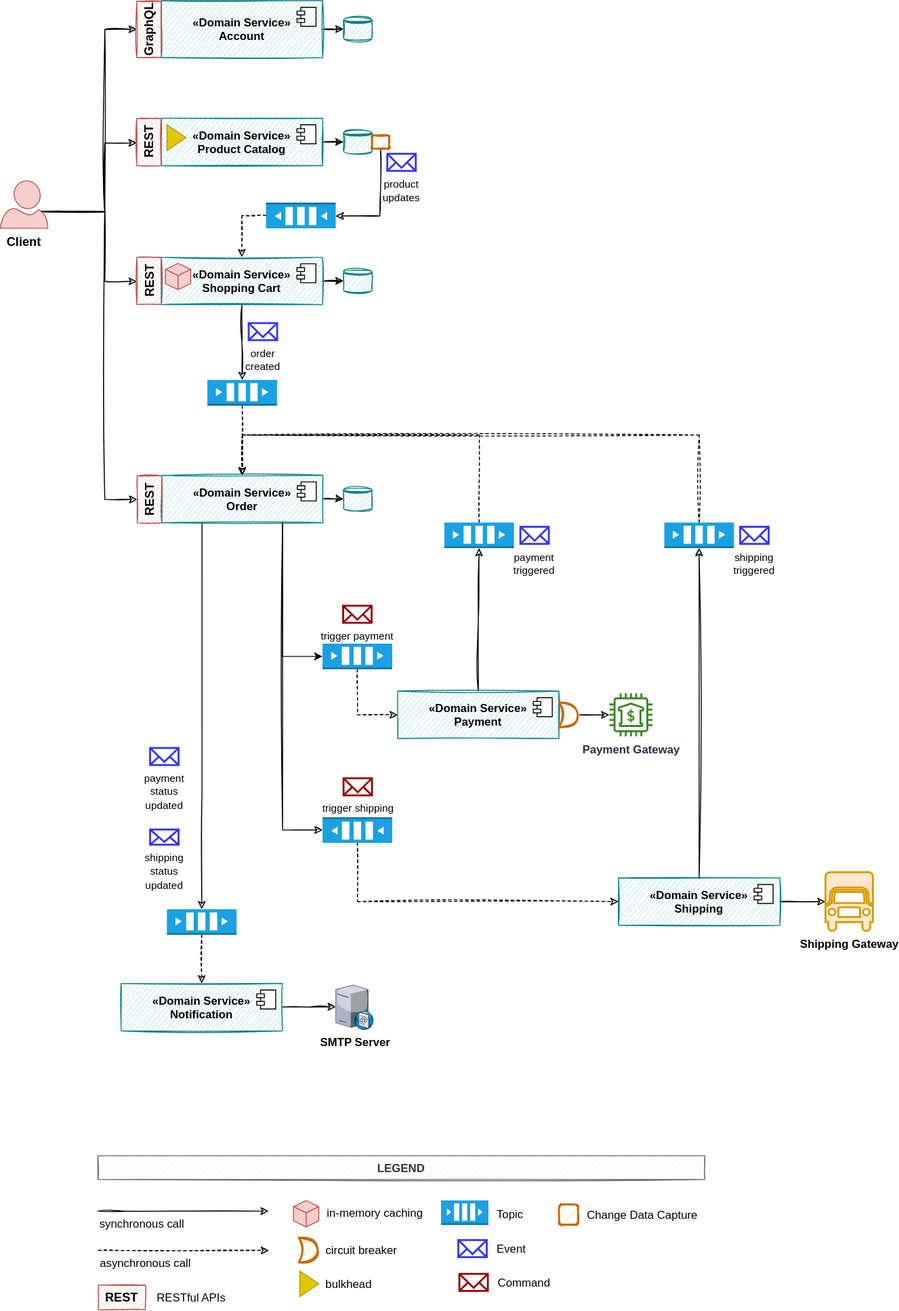
Before: assets/diagrams/software-architecture-diagram.svg, a diagram exported from draw.io (ionutbalosin/ecommerce-app). Source tidied: cells renumbered, new cells last; positions are measured from the earlier drawing's top-left corner, leaving out a move shared by most shapes.
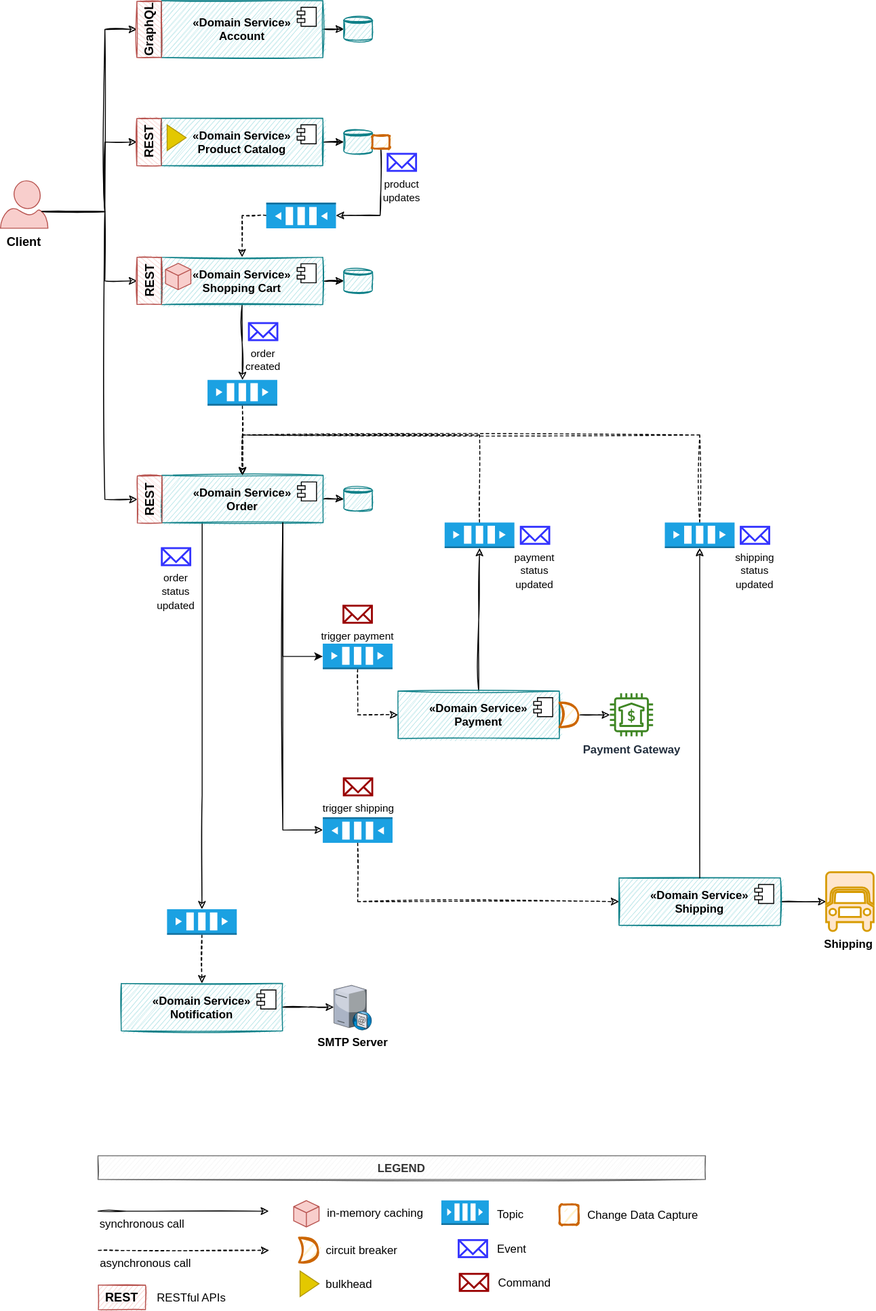
After the change.

Commit message:
Update software architecture diagram

Change to the diagram source:
```diff
@@ -133,10 +133,10 @@
     <mxCell id="33" style="outlineConnect=0;dashed=0;verticalLabelPosition=bottom;verticalAlign=top;align=center;html=1;shape=mxgraph.aws3.queue;fillColor=#1ba1e2;gradientColor=none;rotation=-180;strokeColor=#006EAF;fontColor=#ffffff;sketch=0;shadow=0;" parent="1" vertex="1">
       <mxGeometry x="339.6" y="861" width="73.5" height="27" as="geometry" />
     </mxCell>
-    <mxCell id="34" value="&lt;font style=&quot;font-size: 11px;&quot;&gt;payment status updated&lt;br&gt;&lt;/font&gt;" style="html=1;verticalLabelPosition=bottom;align=center;labelBackgroundColor=#ffffff;verticalAlign=top;strokeWidth=2;strokeColor=#3333FF;shadow=0;dashed=0;shape=mxgraph.ios7.icons.mail;fillColor=default;whiteSpace=wrap;" parent="1" vertex="1">
-      <mxGeometry x="157.8" y="788" width="30" height="18" as="geometry" />
+    <mxCell id="34" value="&lt;font style=&quot;font-size: 11px;&quot;&gt;order status updated&lt;br&gt;&lt;/font&gt;" style="html=1;verticalLabelPosition=bottom;align=center;labelBackgroundColor=#ffffff;verticalAlign=top;strokeWidth=2;strokeColor=#3333FF;shadow=0;dashed=0;shape=mxgraph.ios7.icons.mail;fillColor=default;whiteSpace=wrap;" parent="1" vertex="1">
+      <mxGeometry x="170" y="577.3" width="30" height="18" as="geometry" />
     </mxCell>
-    <mxCell id="35" style="edgeStyle=orthogonalEdgeStyle;rounded=0;jettySize=auto;html=1;exitX=1;exitY=0.5;exitDx=0;exitDy=0;fontSize=11;sketch=1;" parent="1" edge="1" source="36" target="53">
+    <mxCell id="35" style="edgeStyle=orthogonalEdgeStyle;rounded=0;jettySize=auto;html=1;exitX=1;exitY=0.5;exitDx=0;exitDy=0;sketch=1;" parent="1" edge="1" source="36" target="53">
       <mxGeometry relative="1" as="geometry" />
     </mxCell>
     <mxCell id="36" value="«Domain Service»&#10;Notification" style="fillColor=#b0e3e6;strokeColor=#0e8088;sketch=1;shadow=0;fontStyle=1;" parent="1" vertex="1">
@@ -200,7 +200,7 @@
       <mxGeometry x="616.8" y="1265" width="126.2" height="30" as="geometry" />
     </mxCell>
     <mxCell id="53" value="&lt;b&gt;SMTP Server&lt;/b&gt;" style="verticalLabelPosition=bottom;sketch=0;html=1;verticalAlign=top;strokeColor=none;align=center;outlineConnect=0;shape=mxgraph.citrix.smtp_server;" parent="1" vertex="1">
-      <mxGeometry x="353.5" y="1036.7" width="40.1" height="48.5" as="geometry" />
+      <mxGeometry x="351.3" y="1037" width="40.1" height="48.5" as="geometry" />
     </mxCell>
     <mxCell id="54" style="edgeStyle=orthogonalEdgeStyle;rounded=0;jettySize=auto;html=1;exitX=0.5;exitY=0;exitDx=0;exitDy=0;exitPerimeter=0;entryX=0.5;entryY=0;entryDx=0;entryDy=0;dashed=1;sketch=1;" parent="1" edge="1" source="55" target="77">
       <mxGeometry relative="1" as="geometry">
@@ -213,7 +213,7 @@
     <mxCell id="55" style="outlineConnect=0;dashed=0;verticalLabelPosition=bottom;verticalAlign=top;align=center;html=1;shape=mxgraph.aws3.queue;fillColor=#1ba1e2;gradientColor=none;rotation=0;strokeColor=#006EAF;fontColor=#ffffff;sketch=0;shadow=0;" parent="1" vertex="1">
       <mxGeometry x="468" y="550.3" width="73.5" height="27" as="geometry" />
     </mxCell>
-    <mxCell id="56" value="&lt;font style=&quot;font-size: 11px;&quot;&gt;payment triggered&lt;/font&gt;" style="html=1;verticalLabelPosition=bottom;align=center;labelBackgroundColor=#ffffff;verticalAlign=top;strokeWidth=2;strokeColor=#3333FF;shadow=0;dashed=0;shape=mxgraph.ios7.icons.mail;whiteSpace=wrap;" parent="1" vertex="1">
+    <mxCell id="56" value="&lt;font style=&quot;font-size: 11px;&quot;&gt;payment status updated&lt;/font&gt;" style="html=1;verticalLabelPosition=bottom;align=center;labelBackgroundColor=#ffffff;verticalAlign=top;strokeWidth=2;strokeColor=#3333FF;shadow=0;dashed=0;shape=mxgraph.ios7.icons.mail;whiteSpace=wrap;" parent="1" vertex="1">
       <mxGeometry x="548.2" y="554.8" width="30" height="18" as="geometry" />
     </mxCell>
     <mxCell id="57" value="&lt;font style=&quot;font-size: 11px;&quot;&gt;product updates&lt;/font&gt;" style="html=1;verticalLabelPosition=bottom;align=center;labelBackgroundColor=none;verticalAlign=top;strokeWidth=2;strokeColor=#3333FF;shadow=0;dashed=0;shape=mxgraph.ios7.icons.mail;whiteSpace=wrap;" parent="1" vertex="1">
@@ -308,7 +308,7 @@
     <mxCell id="81" value="RESTful APIs" style="text;strokeColor=none;fillColor=none;align=left;verticalAlign=middle;rounded=0;fontFamily=Helvetica;fontSize=12;" parent="1" vertex="1">
       <mxGeometry x="163.1" y="1360.3" width="119.7" height="14.1" as="geometry" />
     </mxCell>
-    <mxCell id="82" value="&lt;b style=&quot;font-size: 12px;&quot;&gt;Shipping&amp;nbsp;Gateway&lt;/b&gt;" style="shape=mxgraph.signs.transportation.truck_6;html=1;fillColor=#ffe6cc;strokeColor=#d79b00;verticalLabelPosition=bottom;verticalAlign=top;align=center;sketch=0;strokeWidth=2;fontFamily=Helvetica;fontSize=11;" parent="1" vertex="1">
+    <mxCell id="82" value="&lt;b style=&quot;font-size: 12px;&quot;&gt;Shipping&amp;nbsp;&lt;br&gt;&lt;/b&gt;" style="shape=mxgraph.signs.transportation.truck_6;html=1;fillColor=#ffe6cc;strokeColor=#d79b00;verticalLabelPosition=bottom;verticalAlign=top;align=center;sketch=0;strokeWidth=2;fontFamily=Helvetica;fontSize=11;" parent="1" vertex="1">
       <mxGeometry x="870" y="919" width="50" height="62" as="geometry" />
     </mxCell>
     <mxCell id="83" style="shape=xor;whiteSpace=wrap;html=1;sketch=1;strokeColor=#CC6600;strokeWidth=2;fontFamily=Helvetica;fontSize=12;fillColor=#fff2cc;rounded=1;shadow=0;fillStyle=auto;" parent="1" vertex="1">
@@ -337,9 +337,6 @@
     <mxCell id="90" style="edgeStyle=orthogonalEdgeStyle;rounded=0;jettySize=auto;html=1;exitX=0.75;exitY=1;exitDx=0;exitDy=0;sketch=1;entryX=1;entryY=0.5;entryDx=0;entryDy=0;entryPerimeter=0;" parent="1" edge="1" source="77" target="33">
       <mxGeometry relative="1" as="geometry" />
     </mxCell>
-    <mxCell id="91" value="&lt;font style=&quot;font-size: 11px;&quot;&gt;shipping status updated&lt;br&gt;&lt;/font&gt;" style="html=1;verticalLabelPosition=bottom;align=center;labelBackgroundColor=#ffffff;verticalAlign=top;strokeWidth=2;strokeColor=#3333FF;shadow=0;dashed=0;shape=mxgraph.ios7.icons.mail;fillColor=default;whiteSpace=wrap;" parent="1" vertex="1">
-      <mxGeometry x="157.8" y="874" width="30" height="16" as="geometry" />
-    </mxCell>
     <mxCell id="92" style="edgeStyle=orthogonalEdgeStyle;rounded=0;jettySize=auto;html=1;exitX=0.5;exitY=0;exitDx=0;exitDy=0;exitPerimeter=0;entryX=0.5;entryY=0;entryDx=0;entryDy=0;dashed=1;sketch=1;" parent="1" edge="1" source="93" target="77">
       <mxGeometry relative="1" as="geometry">
         <Array as="points">
@@ -351,7 +348,7 @@
     <mxCell id="93" style="outlineConnect=0;dashed=0;verticalLabelPosition=bottom;verticalAlign=top;align=center;html=1;shape=mxgraph.aws3.queue;fillColor=#1ba1e2;gradientColor=none;rotation=0;strokeColor=#006EAF;fontColor=#ffffff;sketch=0;shadow=0;" parent="1" vertex="1">
       <mxGeometry x="700" y="550.3" width="73.5" height="27" as="geometry" />
     </mxCell>
-    <mxCell id="94" value="&lt;font style=&quot;font-size: 11px;&quot;&gt;shipping&lt;br&gt;triggered&lt;/font&gt;" style="html=1;verticalLabelPosition=bottom;align=center;labelBackgroundColor=#ffffff;verticalAlign=top;strokeWidth=2;strokeColor=#3333FF;shadow=0;dashed=0;shape=mxgraph.ios7.icons.mail;whiteSpace=wrap;" parent="1" vertex="1">
+    <mxCell id="94" value="&lt;font style=&quot;font-size: 11px;&quot;&gt;shipping status updated&lt;/font&gt;" style="html=1;verticalLabelPosition=bottom;align=center;labelBackgroundColor=#ffffff;verticalAlign=top;strokeWidth=2;strokeColor=#3333FF;shadow=0;dashed=0;shape=mxgraph.ios7.icons.mail;whiteSpace=wrap;" parent="1" vertex="1">
       <mxGeometry x="780" y="554.8" width="30" height="18" as="geometry" />
     </mxCell>
     <mxCell id="95" style="edgeStyle=orthogonalEdgeStyle;rounded=0;jettySize=auto;html=1;exitX=0.75;exitY=1;exitDx=0;exitDy=0;entryX=0;entryY=0.5;entryDx=0;entryDy=0;entryPerimeter=0;" parent="1" edge="1" source="77" target="46">
```
